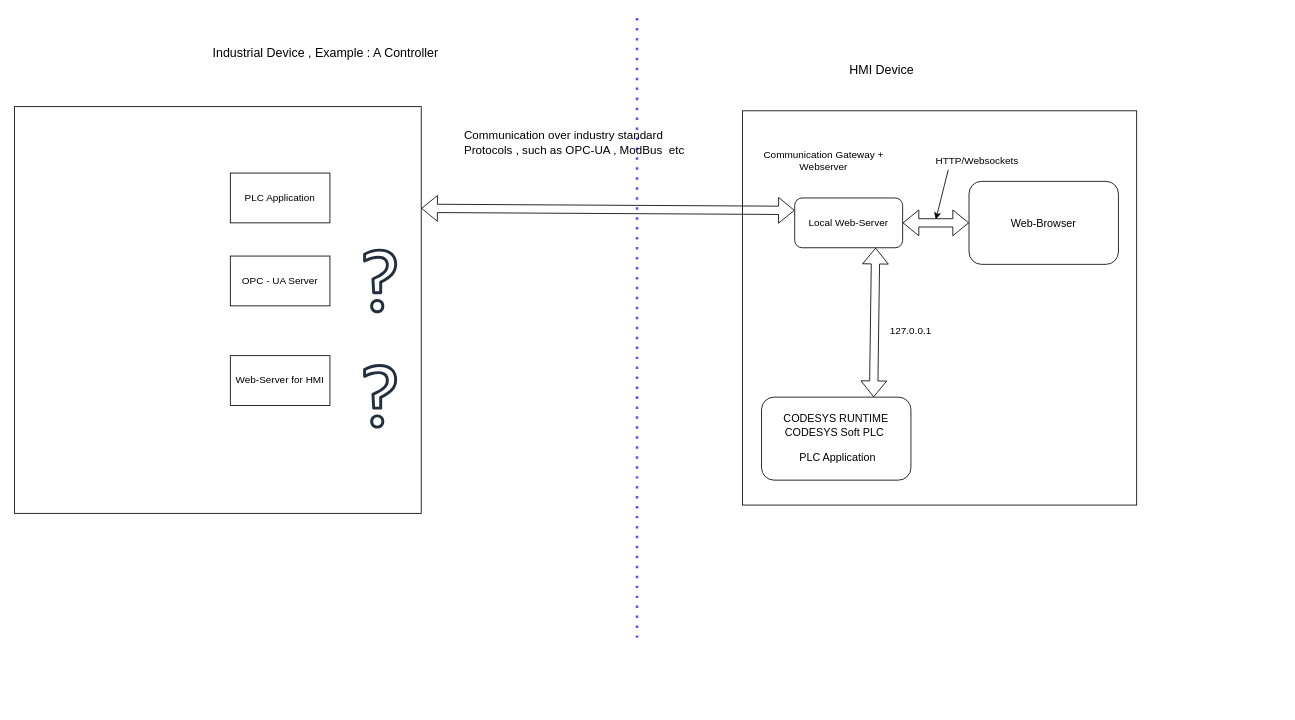
Before: HMI Exor.drawio in praful-hunde/Diagrams, a draw.io diagram. Source tidied: cells renumbered, new cells numbered last; positions are measured from the earlier drawing's top-left corner, leaving out a move shared by most shapes. Both pictures are drawn from the tidied source at 83%, with x=0, y=0 at pixel (14, 15).
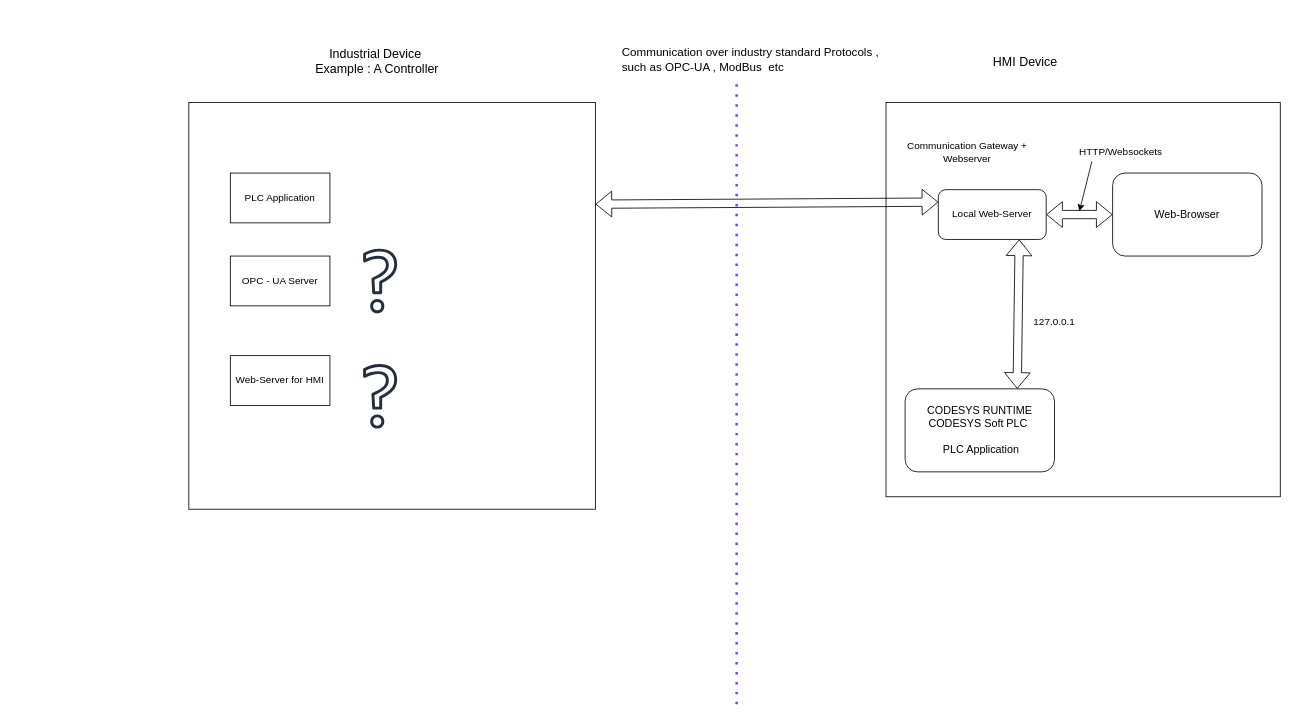
The same diagram, later.

The edit, as a diff of the source:
```diff
@@
     <mxCell id="2" style="endArrow=none;dashed=1;html=1;dashPattern=1 3;strokeWidth=3;rounded=0;curved=1;strokeColor=#5E4DFF;startSize=0;endSize=18;" parent="1" edge="1">
       <mxGeometry relative="1" as="geometry">
-        <mxPoint x="750" y="750" as="sourcePoint" />
-        <mxPoint x="750" as="targetPoint" />
+        <mxPoint x="870" y="830" as="sourcePoint" />
+        <mxPoint x="870" y="80" as="targetPoint" />
       </mxGeometry>
     </mxCell>
     <mxCell id="3" style="whiteSpace=wrap;html=1;" parent="1" vertex="1">
-      <mxGeometry x="877" y="115" width="475" height="475" as="geometry" />
+      <mxGeometry x="1050" y="105" width="475" height="475" as="geometry" />
     </mxCell>
     <mxCell id="4" value="HMI Device" style="text;html=1;align=center;verticalAlign=middle;whiteSpace=wrap;rounded=0;fontSize=15;" parent="1" vertex="1">
-      <mxGeometry x="980" y="50" width="130" height="30" as="geometry" />
+      <mxGeometry x="1153" y="40" width="130" height="30" as="geometry" />
     </mxCell>
     <mxCell id="5" style="whiteSpace=wrap;html=1;" parent="1" vertex="1">
-      <mxGeometry y="110" width="490" height="490" as="geometry" />
+      <mxGeometry x="210" y="105" width="490" height="490" as="geometry" />
     </mxCell>
-    <mxCell id="6" value="Industrial Device , Example : A Controller" style="text;html=1;align=center;verticalAlign=middle;whiteSpace=wrap;rounded=0;fontSize=15;" parent="1" vertex="1">
-      <mxGeometry x="210" y="30" width="330" height="30" as="geometry" />
+    <mxCell id="6" value="Industrial Device&lt;div&gt;&amp;nbsp;Example : A Controller&lt;/div&gt;" style="text;html=1;align=center;verticalAlign=middle;whiteSpace=wrap;rounded=0;fontSize=15;" parent="1" vertex="1">
+      <mxGeometry x="270" y="40" width="330" height="30" as="geometry" />
     </mxCell>
@@
     <mxCell id="8" value="Communication over industry standard Protocols , such as OPC-UA , ModBus&amp;nbsp; etc" style="text;html=1;align=left;verticalAlign=top;whiteSpace=wrap;rounded=0;fontSize=14;" parent="1" vertex="1">
-      <mxGeometry x="540" y="130" width="300" height="70" as="geometry" />
+      <mxGeometry x="730" y="30" width="320" height="70" as="geometry" />
     </mxCell>
@@
     <mxCell id="12" value="Local Web-Server" style="rounded=1;whiteSpace=wrap;html=1;" parent="1" vertex="1">
-      <mxGeometry x="940" y="220" width="130" height="60" as="geometry" />
+      <mxGeometry x="1113" y="210" width="130" height="60" as="geometry" />
     </mxCell>
     <mxCell id="13" value="Web-Browser" style="rounded=1;whiteSpace=wrap;html=1;fontSize=13;" parent="1" vertex="1">
-      <mxGeometry x="1150" y="200" width="180" height="100" as="geometry" />
+      <mxGeometry x="1323" y="190" width="180" height="100" as="geometry" />
     </mxCell>
     <mxCell id="14" value="CODESYS RUNTIME CODESYS Soft PLC&amp;nbsp;&lt;div&gt;&lt;br&gt;&lt;div&gt;&amp;nbsp;PLC Application&lt;/div&gt;&lt;/div&gt;" style="rounded=1;whiteSpace=wrap;html=1;fontSize=13;" parent="1" vertex="1">
-      <mxGeometry x="900" y="460" width="180" height="100" as="geometry" />
+      <mxGeometry x="1073" y="450" width="180" height="100" as="geometry" />
     </mxCell>
@@
     <mxCell id="19" value="HTTP/Websockets" style="text;html=1;align=center;verticalAlign=middle;whiteSpace=wrap;rounded=0;" parent="1" vertex="1">
-      <mxGeometry x="1090" y="160" width="140" height="30" as="geometry" />
+      <mxGeometry x="1263" y="150" width="140" height="30" as="geometry" />
     </mxCell>
     <mxCell id="20" style="endArrow=classic;html=1;rounded=0;exitX=0.25;exitY=1;exitDx=0;exitDy=0;" parent="1" edge="1">
       <mxGeometry relative="1" as="geometry">
-        <mxPoint x="1125" y="186" as="sourcePoint" />
-        <mxPoint x="1110" y="246" as="targetPoint" />
+        <mxPoint x="1298" y="176" as="sourcePoint" />
+        <mxPoint x="1283" y="236" as="targetPoint" />
       </mxGeometry>
     </mxCell>
     <mxCell id="21" value="Communication Gateway + Webserver" style="text;html=1;align=center;verticalAlign=middle;whiteSpace=wrap;rounded=0;" parent="1" vertex="1">
-      <mxGeometry x="890" y="140" width="170" height="70" as="geometry" />
+      <mxGeometry x="1063" y="130" width="170" height="70" as="geometry" />
     </mxCell>
     <mxCell id="22" value="127.0.0.1" style="text;html=1;align=center;verticalAlign=middle;whiteSpace=wrap;rounded=0;" parent="1" vertex="1">
-      <mxGeometry x="1040" y="365" width="80" height="30" as="geometry" />
+      <mxGeometry x="1213" y="355" width="80" height="30" as="geometry" />
     </mxCell>
```
